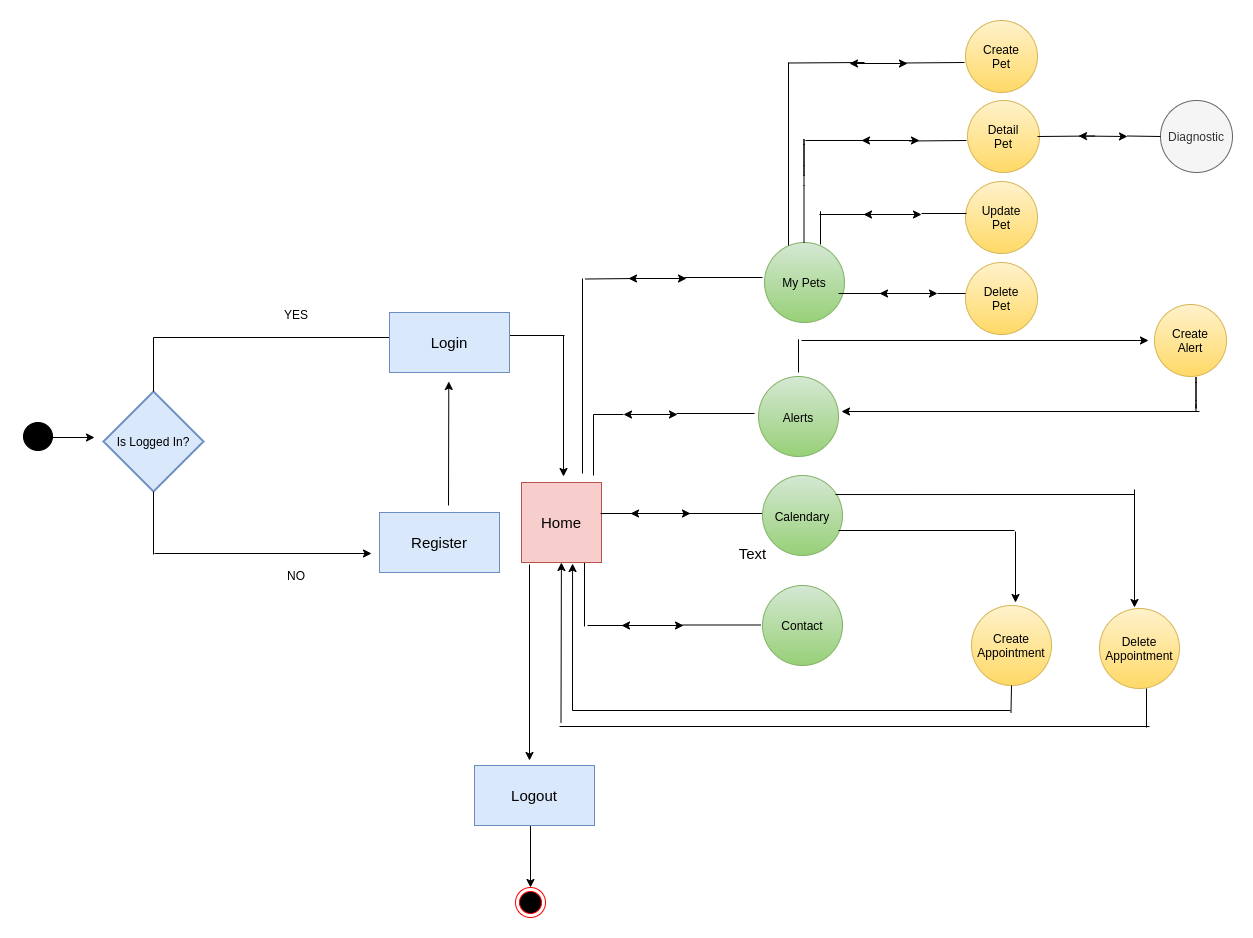
This is staff/monica-morales/pet-care/pet-care-doc/images/workflow.png from momorales/skylab-bootcamp-202001, a draw.io export, as it was before one commit. Source tidied: cells renumbered, new cells last; positions are measured from the earlier drawing's top-left corner, leaving out a move shared by most shapes.
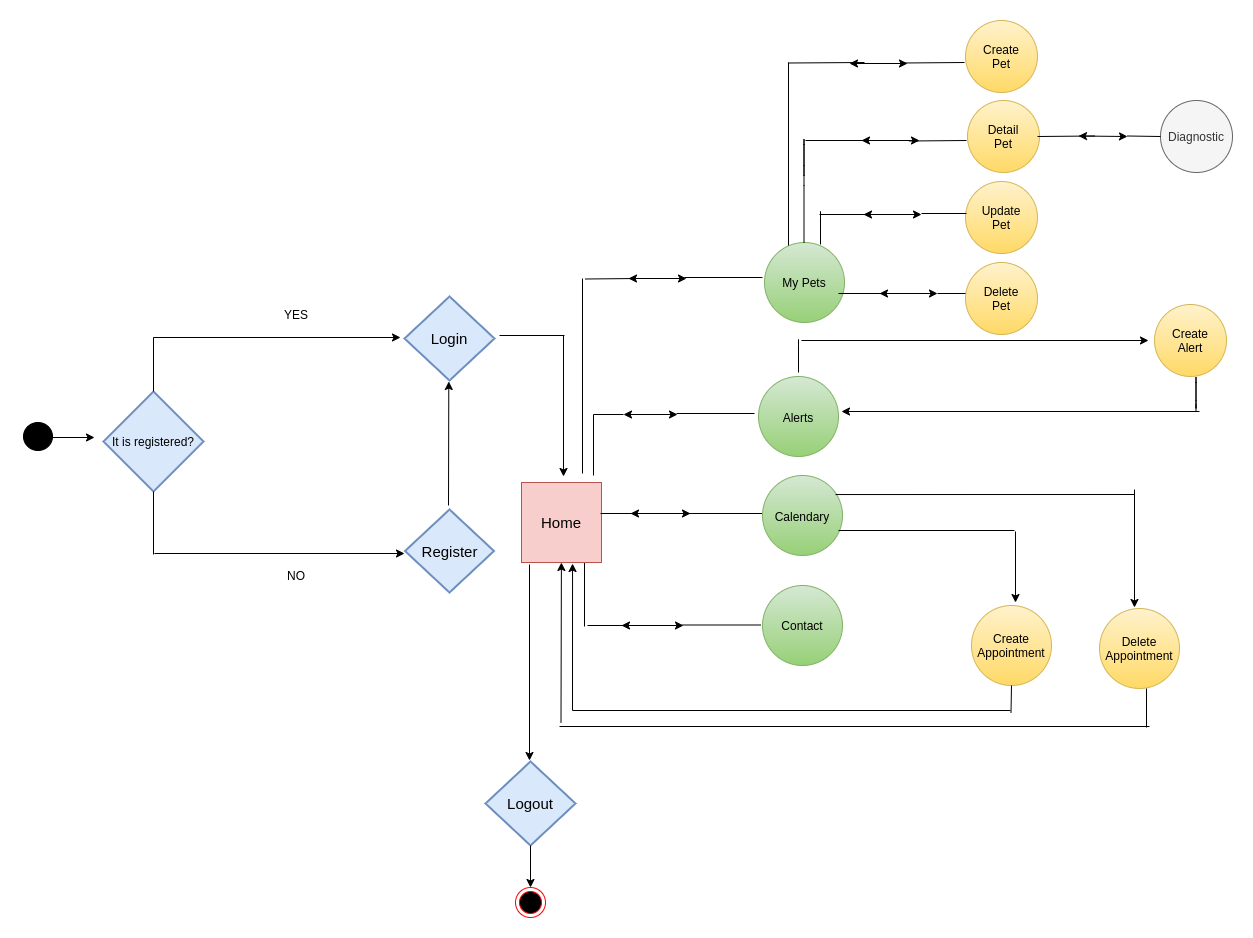
Above is the later version.

Commit message:
modificar docu

The edit, as a diff of the source:
```diff
@@ -5,6 +5,9 @@
     <mxCell id="2" style="shape=mxgraph.bpmn.shape;html=1;verticalLabelPosition=bottom;labelBackgroundColor=#ffffff;verticalAlign=top;align=center;perimeter=ellipsePerimeter;outlineConnect=0;outline=standard;symbol=general;fillColor=#000000;strokeColor=#000000;" parent="1" vertex="1">
       <mxGeometry y="402" width="29" height="28" as="geometry" />
     </mxCell>
+    <mxCell id="80" value="&lt;font style=&quot;font-size: 15px&quot;&gt;Register&lt;/font&gt;" style="strokeWidth=2;html=1;shape=mxgraph.flowchart.decision;whiteSpace=wrap;fillColor=#dae8fc;strokeColor=#6c8ebf;" parent="1" vertex="1">
+      <mxGeometry x="381.5" y="489" width="89" height="83" as="geometry" />
+    </mxCell>
     <mxCell id="3" style="endArrow=classic;html=1;" parent="1" edge="1">
       <mxGeometry relative="1" as="geometry">
         <mxPoint x="425" y="485" as="sourcePoint" />
@@ -28,6 +31,9 @@
         <mxPoint x="506" y="740" as="targetPoint" />
       </mxGeometry>
     </mxCell>
+    <mxCell id="79" value="Login" style="strokeWidth=2;html=1;shape=mxgraph.flowchart.decision;whiteSpace=wrap;fillColor=#dae8fc;strokeColor=#6c8ebf;fontSize=15;" parent="1" vertex="1">
+      <mxGeometry x="381" y="276" width="90" height="84" as="geometry" />
+    </mxCell>
     <mxCell id="7" style="ellipse;html=1;shape=endState;fillColor=#000000;strokeColor=#ff0000;fontSize=15;" parent="1" vertex="1">
       <mxGeometry x="492" y="867" width="30" height="30" as="geometry" />
     </mxCell>
@@ -368,7 +374,7 @@
     <mxCell id="68" style="edgeStyle=orthogonalEdgeStyle;rounded=0;orthogonalLoop=1;jettySize=auto;html=1;exitX=0.145;exitY=0.145;exitDx=0;exitDy=0;exitPerimeter=0;entryX=0.5;entryY=0;entryDx=0;entryDy=0;" parent="1" edge="1" source="2" target="2">
       <mxGeometry relative="1" as="geometry" />
     </mxCell>
-    <mxCell id="69" value="Is Logged In?" style="strokeWidth=2;html=1;shape=mxgraph.flowchart.decision;whiteSpace=wrap;fillColor=#dae8fc;strokeColor=#6c8ebf;" parent="1" vertex="1">
+    <mxCell id="69" value="It is registered?" style="strokeWidth=2;html=1;shape=mxgraph.flowchart.decision;whiteSpace=wrap;fillColor=#dae8fc;strokeColor=#6c8ebf;" parent="1" vertex="1">
       <mxGeometry x="80" y="371" width="100" height="100" as="geometry" />
     </mxCell>
     <mxCell id="70" style="endArrow=none;html=1;entryX=0.5;entryY=1;entryDx=0;entryDy=0;entryPerimeter=0;" parent="1" edge="1" target="69">
@@ -390,7 +396,7 @@
     <mxCell id="73" style="endArrow=classic;html=1;" parent="1" edge="1">
       <mxGeometry relative="1" as="geometry">
         <mxPoint x="131" y="533" as="sourcePoint" />
-        <mxPoint x="348" y="533" as="targetPoint" />
+        <mxPoint x="381" y="533" as="targetPoint" />
       </mxGeometry>
     </mxCell>
     <mxCell id="74" style="edgeStyle=orthogonalEdgeStyle;rounded=0;orthogonalLoop=1;jettySize=auto;html=1;exitX=0.855;exitY=0.145;exitDx=0;exitDy=0;exitPerimeter=0;entryX=0.145;entryY=0.855;entryDx=0;entryDy=0;entryPerimeter=0;" parent="1" edge="1" source="2" target="2">
@@ -408,22 +414,11 @@
     <mxCell id="77" value="NO" style="text;html=1;strokeColor=none;fillColor=none;align=center;verticalAlign=middle;whiteSpace=wrap;rounded=0;" parent="1" vertex="1">
       <mxGeometry x="253" y="545" width="40" height="20" as="geometry" />
     </mxCell>
+    <mxCell id="81" value="Logout" style="strokeWidth=2;html=1;shape=mxgraph.flowchart.decision;whiteSpace=wrap;fillColor=#dae8fc;strokeColor=#6c8ebf;fontSize=15;" parent="1" vertex="1">
+      <mxGeometry x="462" y="741" width="90" height="84" as="geometry" />
+    </mxCell>
-    <mxCell id="78" style="endArrow=classic;html=1;entryX=0.5;entryY=0;entryDx=0;entryDy=0;" parent="1" edge="1" target="7">
-      <mxGeometry relative="1" as="geometry">
-        <mxPoint x="507" y="805" as="sourcePoint" />
-      </mxGeometry>
+    <mxCell id="78" style="endArrow=classic;html=1;entryX=0.5;entryY=0;entryDx=0;entryDy=0;exitX=0.5;exitY=1;exitDx=0;exitDy=0;exitPerimeter=0;" parent="1" edge="1" source="81" target="7">
+      <mxGeometry relative="1" as="geometry" />
     </mxCell>
-    <mxCell id="79" value="Login" style="rounded=0;whiteSpace=wrap;html=1;fontSize=15;fillColor=#dae8fc;strokeColor=#6c8ebf;" parent="1" vertex="1">
-      <mxGeometry x="366" y="292" width="120" height="60" as="geometry" />
-    </mxCell>
-    <mxCell id="80" value="Register" style="rounded=0;whiteSpace=wrap;html=1;fontSize=15;fillColor=#dae8fc;strokeColor=#6c8ebf;" parent="1" vertex="1">
-      <mxGeometry x="356" y="492" width="120" height="60" as="geometry" />
-    </mxCell>
-    <mxCell id="81" value="Logout" style="rounded=0;whiteSpace=wrap;html=1;fontSize=15;fillColor=#dae8fc;strokeColor=#6c8ebf;" parent="1" vertex="1">
-      <mxGeometry x="451" y="745" width="120" height="60" as="geometry" />
-    </mxCell>
-    <mxCell id="82" value="Text" style="text;html=1;align=center;verticalAlign=middle;fontSize=15;" parent="1" vertex="1">
-      <mxGeometry x="710" y="522" width="38" height="22" as="geometry" />
-    </mxCell>
   </root>
 </mxGraphModel>
```
